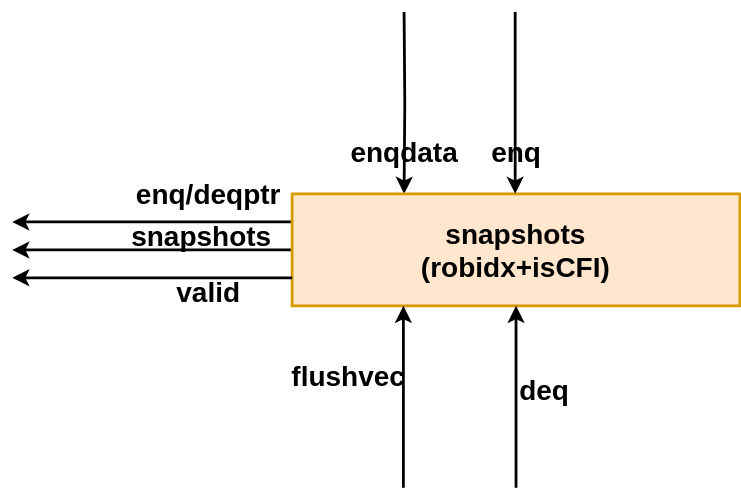
Earlier version of the draw.io export docs/backend/CtrlBlock/figure/Snapshot-Overview.svg (OpenXiangShan/XiangShan-Design-Doc). Source tidied: cells renumbered, new cells last; positions are measured from the earlier drawing's top-left corner, leaving out a move shared by most shapes. Source of this version:
```xml
<mxGraphModel>
  <root>
    <mxCell id="0" />
    <mxCell id="1" parent="0" />
    <mxCell id="2" style="edgeStyle=orthogonalEdgeStyle;rounded=0;jettySize=auto;html=1;exitX=0.25;exitY=1;exitDx=0;exitDy=0;entryX=0.25;entryY=0;entryDx=0;entryDy=0;strokeWidth=2;" parent="1" edge="1" target="5">
      <mxGeometry relative="1" as="geometry">
        <mxPoint x="280" as="sourcePoint" />
      </mxGeometry>
    </mxCell>
    <mxCell id="3" style="edgeStyle=orthogonalEdgeStyle;rounded=0;jettySize=auto;html=1;exitX=0;exitY=0.25;exitDx=0;exitDy=0;strokeWidth=2;" parent="1" edge="1" source="5">
      <mxGeometry relative="1" as="geometry">
        <mxPoint y="150.1" as="targetPoint" />
        <Array as="points">
          <mxPoint x="50" y="150" />
          <mxPoint x="50" y="150" />
        </Array>
      </mxGeometry>
    </mxCell>
    <mxCell id="4" style="edgeStyle=orthogonalEdgeStyle;rounded=0;jettySize=auto;html=1;strokeWidth=2;" parent="1" edge="1" source="5">
      <mxGeometry relative="1" as="geometry">
        <mxPoint y="170.1" as="targetPoint" />
        <Array as="points">
          <mxPoint x="60" y="170" />
          <mxPoint x="60" y="170" />
        </Array>
      </mxGeometry>
    </mxCell>
    <mxCell id="5" value="snapshots&lt;div&gt;(robidx+isCFI)&lt;/div&gt;" style="rounded=0;whiteSpace=wrap;html=1;fontSize=20;strokeWidth=2;fontStyle=1;fillColor=#ffe6cc;strokeColor=#d79b00;" parent="1" vertex="1">
      <mxGeometry x="200" y="130.1" width="320" height="80" as="geometry" />
    </mxCell>
    <mxCell id="6" value="enqdata" style="text;html=1;align=center;verticalAlign=middle;strokeColor=none;fillColor=none;fontSize=20;strokeWidth=2;fontStyle=1;" parent="1" vertex="1">
      <mxGeometry x="230" y="80" width="100" height="40" as="geometry" />
    </mxCell>
    <mxCell id="7" style="edgeStyle=orthogonalEdgeStyle;rounded=0;orthogonalLoop=1;jettySize=auto;html=1;exitX=0.25;exitY=1;exitDx=0;exitDy=0;entryX=0.25;entryY=0;entryDx=0;entryDy=0;strokeWidth=2;" parent="1" edge="1">
      <mxGeometry relative="1" as="geometry">
        <mxPoint x="359.4" as="sourcePoint" />
        <mxPoint x="359.4" y="130" as="targetPoint" />
      </mxGeometry>
    </mxCell>
    <mxCell id="8" value="enq" style="text;html=1;align=center;verticalAlign=middle;strokeColor=none;fillColor=none;fontSize=20;strokeWidth=2;fontStyle=1;" parent="1" vertex="1">
      <mxGeometry x="330" y="80" width="60" height="40" as="geometry" />
    </mxCell>
    <mxCell id="9" value="enq/deqptr" style="text;html=1;align=center;verticalAlign=middle;strokeColor=none;fillColor=none;fontSize=20;strokeWidth=2;fontStyle=1;" parent="1" vertex="1">
      <mxGeometry x="80" y="110" width="120" height="40" as="geometry" />
    </mxCell>
    <mxCell id="10" value="snapshots" style="text;html=1;align=center;verticalAlign=middle;strokeColor=none;fillColor=none;fontSize=20;strokeWidth=2;fontStyle=1;" parent="1" vertex="1">
      <mxGeometry x="80" y="140.1" width="110" height="40" as="geometry" />
    </mxCell>
    <mxCell id="11" style="edgeStyle=orthogonalEdgeStyle;rounded=0;orthogonalLoop=1;jettySize=auto;html=1;strokeWidth=2;" parent="1" edge="1">
      <mxGeometry relative="1" as="geometry">
        <mxPoint x="200" y="190" as="sourcePoint" />
        <mxPoint y="190" as="targetPoint" />
        <Array as="points">
          <mxPoint x="60" y="190" />
          <mxPoint x="60" y="190" />
        </Array>
      </mxGeometry>
    </mxCell>
    <mxCell id="12" value="valid" style="text;html=1;align=center;verticalAlign=middle;strokeColor=none;fillColor=none;fontSize=20;strokeWidth=2;fontStyle=1;" parent="1" vertex="1">
      <mxGeometry x="110" y="180.1" width="60" height="40" as="geometry" />
    </mxCell>
    <mxCell id="13" value="deq" style="text;html=1;align=center;verticalAlign=middle;strokeColor=none;fillColor=none;fontSize=20;strokeWidth=2;fontStyle=1;" parent="1" vertex="1">
      <mxGeometry x="350" y="250" width="60" height="40" as="geometry" />
    </mxCell>
    <mxCell id="14" value="flushvec" style="text;html=1;align=center;verticalAlign=middle;strokeColor=none;fillColor=none;fontSize=20;strokeWidth=2;fontStyle=1;" parent="1" vertex="1">
      <mxGeometry x="190" y="240" width="100" height="40" as="geometry" />
    </mxCell>
    <mxCell id="15" style="edgeStyle=orthogonalEdgeStyle;rounded=0;orthogonalLoop=1;jettySize=auto;html=1;exitX=0.25;exitY=1;exitDx=0;exitDy=0;entryX=0.25;entryY=0;entryDx=0;entryDy=0;strokeWidth=2;" parent="1" edge="1">
      <mxGeometry relative="1" as="geometry">
        <mxPoint x="279.5" y="340.1" as="sourcePoint" />
        <mxPoint x="279.5" y="210.1" as="targetPoint" />
      </mxGeometry>
    </mxCell>
    <mxCell id="16" style="edgeStyle=orthogonalEdgeStyle;rounded=0;orthogonalLoop=1;jettySize=auto;html=1;exitX=0.25;exitY=1;exitDx=0;exitDy=0;entryX=0.25;entryY=0;entryDx=0;entryDy=0;strokeWidth=2;" parent="1" edge="1">
      <mxGeometry relative="1" as="geometry">
        <mxPoint x="360" y="340.1" as="sourcePoint" />
        <mxPoint x="360" y="210.1" as="targetPoint" />
      </mxGeometry>
    </mxCell>
  </root>
</mxGraphModel>
```
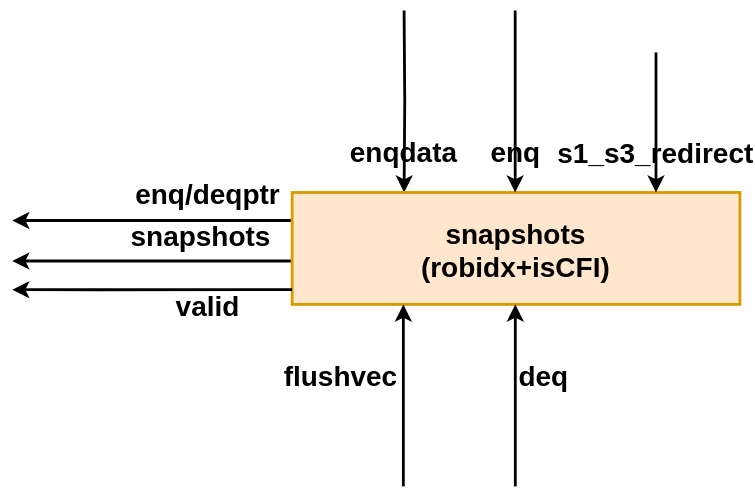
Above is the later version.

Change to the diagram source:
```diff
@@ -2,80 +2,87 @@
   <root>
     <mxCell id="0" />
     <mxCell id="1" parent="0" />
-    <mxCell id="2" style="edgeStyle=orthogonalEdgeStyle;rounded=0;jettySize=auto;html=1;exitX=0.25;exitY=1;exitDx=0;exitDy=0;entryX=0.25;entryY=0;entryDx=0;entryDy=0;strokeWidth=2;" parent="1" edge="1" target="5">
+    <mxCell id="2" style="edgeStyle=orthogonalEdgeStyle;rounded=0;jettySize=auto;exitX=0.25;exitY=1;exitDx=0;exitDy=0;entryX=0.25;entryY=0;entryDx=0;entryDy=0;strokeWidth=2;" parent="1" edge="1" target="5">
       <mxGeometry relative="1" as="geometry">
-        <mxPoint x="280" as="sourcePoint" />
+        <mxPoint x="70" y="-570" as="sourcePoint" />
       </mxGeometry>
     </mxCell>
-    <mxCell id="3" style="edgeStyle=orthogonalEdgeStyle;rounded=0;jettySize=auto;html=1;exitX=0;exitY=0.25;exitDx=0;exitDy=0;strokeWidth=2;" parent="1" edge="1" source="5">
+    <mxCell id="3" style="edgeStyle=orthogonalEdgeStyle;rounded=0;jettySize=auto;exitX=0;exitY=0.25;exitDx=0;exitDy=0;strokeWidth=2;" parent="1" edge="1" source="5">
       <mxGeometry relative="1" as="geometry">
-        <mxPoint y="150.1" as="targetPoint" />
+        <mxPoint x="-210" y="-419.9" as="targetPoint" />
         <Array as="points">
-          <mxPoint x="50" y="150" />
-          <mxPoint x="50" y="150" />
+          <mxPoint x="-160" y="-420" />
+          <mxPoint x="-160" y="-420" />
         </Array>
       </mxGeometry>
     </mxCell>
-    <mxCell id="4" style="edgeStyle=orthogonalEdgeStyle;rounded=0;jettySize=auto;html=1;strokeWidth=2;" parent="1" edge="1" source="5">
+    <mxCell id="4" style="edgeStyle=orthogonalEdgeStyle;rounded=0;orthogonalLoop=1;jettySize=auto;strokeWidth=2;" parent="1" edge="1">
       <mxGeometry relative="1" as="geometry">
-        <mxPoint y="170.1" as="targetPoint" />
+        <mxPoint x="-10" y="-391" as="sourcePoint" />
+        <mxPoint x="-210" y="-391" as="targetPoint" />
         <Array as="points">
-          <mxPoint x="60" y="170" />
-          <mxPoint x="60" y="170" />
+          <mxPoint x="-150" y="-391.1" />
+          <mxPoint x="-150" y="-391.1" />
         </Array>
       </mxGeometry>
     </mxCell>
-    <mxCell id="5" value="snapshots&lt;div&gt;(robidx+isCFI)&lt;/div&gt;" style="rounded=0;whiteSpace=wrap;html=1;fontSize=20;strokeWidth=2;fontStyle=1;fillColor=#ffe6cc;strokeColor=#d79b00;" parent="1" vertex="1">
-      <mxGeometry x="200" y="130.1" width="320" height="80" as="geometry" />
+    <mxCell id="5" value="snapshots&#10;(robidx+isCFI)" style="rounded=0;fontSize=20;strokeWidth=2;fontStyle=1;fillColor=#ffe6cc;strokeColor=#d79b00;" parent="1" vertex="1">
+      <mxGeometry x="-10" y="-440" width="320" height="80" as="geometry" />
     </mxCell>
-    <mxCell id="6" value="enqdata" style="text;html=1;align=center;verticalAlign=middle;strokeColor=none;fillColor=none;fontSize=20;strokeWidth=2;fontStyle=1;" parent="1" vertex="1">
-      <mxGeometry x="230" y="80" width="100" height="40" as="geometry" />
+    <mxCell id="6" value="enqdata" style="text;align=center;verticalAlign=middle;strokeColor=none;fillColor=none;fontSize=20;strokeWidth=2;fontStyle=1;" parent="1" vertex="1">
+      <mxGeometry x="20" y="-490" width="100" height="40" as="geometry" />
     </mxCell>
-    <mxCell id="7" style="edgeStyle=orthogonalEdgeStyle;rounded=0;orthogonalLoop=1;jettySize=auto;html=1;exitX=0.25;exitY=1;exitDx=0;exitDy=0;entryX=0.25;entryY=0;entryDx=0;entryDy=0;strokeWidth=2;" parent="1" edge="1">
+    <mxCell id="7" style="edgeStyle=orthogonalEdgeStyle;rounded=0;orthogonalLoop=1;jettySize=auto;exitX=0.25;exitY=1;exitDx=0;exitDy=0;entryX=0.25;entryY=0;entryDx=0;entryDy=0;strokeWidth=2;" parent="1" edge="1">
       <mxGeometry relative="1" as="geometry">
-        <mxPoint x="359.4" as="sourcePoint" />
-        <mxPoint x="359.4" y="130" as="targetPoint" />
+        <mxPoint x="149.4" y="-570" as="sourcePoint" />
+        <mxPoint x="149.4" y="-440" as="targetPoint" />
       </mxGeometry>
     </mxCell>
-    <mxCell id="8" value="enq" style="text;html=1;align=center;verticalAlign=middle;strokeColor=none;fillColor=none;fontSize=20;strokeWidth=2;fontStyle=1;" parent="1" vertex="1">
-      <mxGeometry x="330" y="80" width="60" height="40" as="geometry" />
+    <mxCell id="8" value="enq" style="text;align=center;verticalAlign=middle;strokeColor=none;fillColor=none;fontSize=20;strokeWidth=2;fontStyle=1;" parent="1" vertex="1">
+      <mxGeometry x="120" y="-490" width="60" height="40" as="geometry" />
     </mxCell>
-    <mxCell id="9" value="enq/deqptr" style="text;html=1;align=center;verticalAlign=middle;strokeColor=none;fillColor=none;fontSize=20;strokeWidth=2;fontStyle=1;" parent="1" vertex="1">
-      <mxGeometry x="80" y="110" width="120" height="40" as="geometry" />
+    <mxCell id="9" value="s1_s3_redirect" style="endArrow=classic;rounded=0;fontSize=20;entryX=0.75;entryY=0;entryDx=0;entryDy=0;labelBackgroundColor=none;strokeWidth=2;fontStyle=1;" parent="1" edge="1">
+      <mxGeometry x="0.4" relative="1" as="geometry">
+        <mxPoint x="250" y="-540" as="sourcePoint" />
+        <mxPoint x="250" y="-440" as="targetPoint" />
+      </mxGeometry>
     </mxCell>
-    <mxCell id="10" value="snapshots" style="text;html=1;align=center;verticalAlign=middle;strokeColor=none;fillColor=none;fontSize=20;strokeWidth=2;fontStyle=1;" parent="1" vertex="1">
-      <mxGeometry x="80" y="140.1" width="110" height="40" as="geometry" />
+    <mxCell id="10" value="enq/deqptr" style="text;align=center;verticalAlign=middle;strokeColor=none;fillColor=none;fontSize=20;strokeWidth=2;fontStyle=1;" parent="1" vertex="1">
+      <mxGeometry x="-130" y="-460" width="120" height="40" as="geometry" />
     </mxCell>
-    <mxCell id="11" style="edgeStyle=orthogonalEdgeStyle;rounded=0;orthogonalLoop=1;jettySize=auto;html=1;strokeWidth=2;" parent="1" edge="1">
-      <mxGeometry relative="1" as="geometry">
-        <mxPoint x="200" y="190" as="sourcePoint" />
-        <mxPoint y="190" as="targetPoint" />
-        <Array as="points">
-          <mxPoint x="60" y="190" />
-          <mxPoint x="60" y="190" />
-        </Array>
-      </mxGeometry>
+    <mxCell id="11" value="snapshots" style="text;align=center;verticalAlign=middle;strokeColor=none;fillColor=none;fontSize=20;strokeWidth=2;fontStyle=1;" parent="1" vertex="1">
+      <mxGeometry x="-130" y="-430" width="110" height="40" as="geometry" />
     </mxCell>
-    <mxCell id="12" value="valid" style="text;html=1;align=center;verticalAlign=middle;strokeColor=none;fillColor=none;fontSize=20;strokeWidth=2;fontStyle=1;" parent="1" vertex="1">
-      <mxGeometry x="110" y="180.1" width="60" height="40" as="geometry" />
+    <mxCell id="12" style="edgeStyle=orthogonalEdgeStyle;rounded=0;orthogonalLoop=1;jettySize=auto;strokeWidth=2;" parent="1" edge="1">
+      <mxGeometry relative="1" as="geometry">
+        <mxPoint x="-10" y="-370.5" as="sourcePoint" />
+        <mxPoint x="-210" y="-370.5" as="targetPoint" />
+        <Array as="points">
+          <mxPoint x="-150" y="-370.5" />
+          <mxPoint x="-150" y="-370.5" />
+        </Array>
+      </mxGeometry>
     </mxCell>
-    <mxCell id="13" value="deq" style="text;html=1;align=center;verticalAlign=middle;strokeColor=none;fillColor=none;fontSize=20;strokeWidth=2;fontStyle=1;" parent="1" vertex="1">
-      <mxGeometry x="350" y="250" width="60" height="40" as="geometry" />
+    <mxCell id="13" value="valid" style="text;align=center;verticalAlign=middle;strokeColor=none;fillColor=none;fontSize=20;strokeWidth=2;fontStyle=1;" parent="1" vertex="1">
+      <mxGeometry x="-100" y="-380" width="60" height="40" as="geometry" />
     </mxCell>
-    <mxCell id="14" value="flushvec" style="text;html=1;align=center;verticalAlign=middle;strokeColor=none;fillColor=none;fontSize=20;strokeWidth=2;fontStyle=1;" parent="1" vertex="1">
-      <mxGeometry x="190" y="240" width="100" height="40" as="geometry" />
+    <mxCell id="14" value="deq" style="text;align=center;verticalAlign=middle;strokeColor=none;fillColor=none;fontSize=20;strokeWidth=2;fontStyle=1;" parent="1" vertex="1">
+      <mxGeometry x="140" y="-330" width="60" height="40" as="geometry" />
     </mxCell>
-    <mxCell id="15" style="edgeStyle=orthogonalEdgeStyle;rounded=0;orthogonalLoop=1;jettySize=auto;html=1;exitX=0.25;exitY=1;exitDx=0;exitDy=0;entryX=0.25;entryY=0;entryDx=0;entryDy=0;strokeWidth=2;" parent="1" edge="1">
-      <mxGeometry relative="1" as="geometry">
-        <mxPoint x="279.5" y="340.1" as="sourcePoint" />
-        <mxPoint x="279.5" y="210.1" as="targetPoint" />
-      </mxGeometry>
+    <mxCell id="15" value="flushvec" style="text;align=center;verticalAlign=middle;strokeColor=none;fillColor=none;fontSize=20;strokeWidth=2;fontStyle=1;" parent="1" vertex="1">
+      <mxGeometry x="-25" y="-330" width="100" height="40" as="geometry" />
     </mxCell>
-    <mxCell id="16" style="edgeStyle=orthogonalEdgeStyle;rounded=0;orthogonalLoop=1;jettySize=auto;html=1;exitX=0.25;exitY=1;exitDx=0;exitDy=0;entryX=0.25;entryY=0;entryDx=0;entryDy=0;strokeWidth=2;" parent="1" edge="1">
+    <mxCell id="16" style="edgeStyle=orthogonalEdgeStyle;rounded=0;orthogonalLoop=1;jettySize=auto;exitX=0.25;exitY=1;exitDx=0;exitDy=0;entryX=0.25;entryY=0;entryDx=0;entryDy=0;strokeWidth=2;" parent="1" edge="1">
       <mxGeometry relative="1" as="geometry">
-        <mxPoint x="360" y="340.1" as="sourcePoint" />
-        <mxPoint x="360" y="210.1" as="targetPoint" />
+        <mxPoint x="69.5" y="-229.9" as="sourcePoint" />
+        <mxPoint x="69.5" y="-359.9" as="targetPoint" />
       </mxGeometry>
     </mxCell>
+    <mxCell id="17" style="edgeStyle=orthogonalEdgeStyle;rounded=0;orthogonalLoop=1;jettySize=auto;exitX=0.25;exitY=1;exitDx=0;exitDy=0;entryX=0.25;entryY=0;entryDx=0;entryDy=0;strokeWidth=2;" parent="1" edge="1">
+      <mxGeometry relative="1" as="geometry">
+        <mxPoint x="149.5" y="-229.9" as="sourcePoint" />
+        <mxPoint x="149.5" y="-359.9" as="targetPoint" />
+      </mxGeometry>
+    </mxCell>
   </root>
 </mxGraphModel>
```
